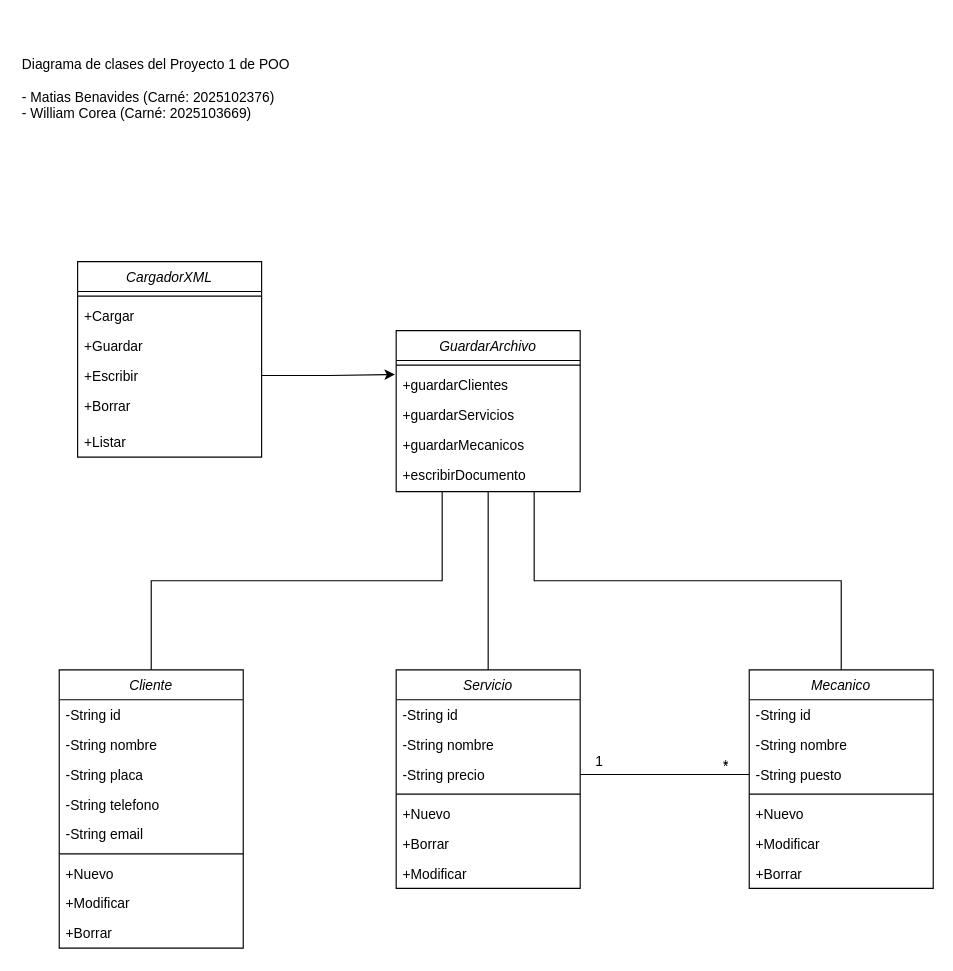
Before: II SEMESTRE/POO/Proyecto1/diagramas/Diagrama de Clases.drawio in MatiasBS027/TEC, a draw.io diagram. Source tidied: cells renumbered, new cells numbered last; positions are measured from the earlier drawing's top-left corner, leaving out a move shared by most shapes. Both pictures are drawn from the tidied source at 115%, with x=0, y=0 at pixel (20, 20).
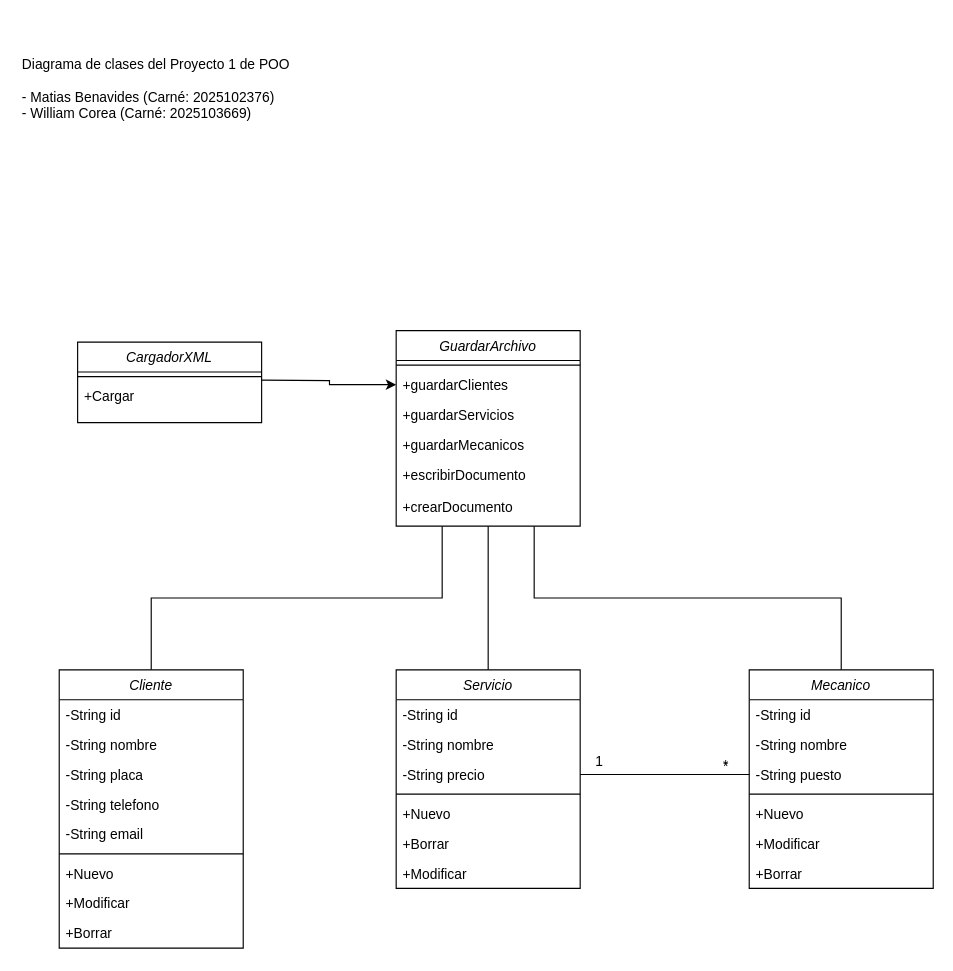
The same page after the edit.

The change refers to these unchanged cells:
```xml
<mxCell id="38" value="+guardarClientes" style="text;align=left;verticalAlign=top;spacingLeft=4;spacingRight=4;overflow=hidden;points=[[0,0.5],[1,0.5]];portConstraint=eastwest;" parent="36" vertex="1">
  <mxGeometry y="34" width="160" height="26" as="geometry" />
</mxCell>
```

The edit, as a diff of the source:
```diff
@@
     <mxCell id="29" value="CargadorXML" style="swimlane;fontStyle=2;align=center;verticalAlign=top;horizontal=1;startSize=26;rounded=0;shadow=0;strokeWidth=1;" parent="1" vertex="1">
-      <mxGeometry x="50" y="210" width="160" height="170" as="geometry" />
+      <mxGeometry x="50" y="280" width="160" height="70" as="geometry" />
     </mxCell>
@@
-    <mxCell id="31" value="+Cargar" style="text;align=left;verticalAlign=top;spacingLeft=4;spacingRight=4;overflow=hidden;" parent="29" vertex="1">
-      <mxGeometry y="34" width="160" height="26" as="geometry" />
-    </mxCell>
-    <mxCell id="32" value="+Guardar" style="text;align=left;verticalAlign=top;spacingLeft=4;spacingRight=4;overflow=hidden;" parent="29" vertex="1">
-      <mxGeometry y="60" width="160" height="26" as="geometry" />
+    <mxCell id="32" value="+Cargar&#10;" style="text;align=left;verticalAlign=top;spacingLeft=4;spacingRight=4;overflow=hidden;" parent="29" vertex="1">
+      <mxGeometry y="34" width="160" height="26" as="geometry" />
     </mxCell>
-    <mxCell id="33" value="+Escribir" style="text;align=left;verticalAlign=top;spacingLeft=4;spacingRight=4;overflow=hidden;points=[[0,0.5],[1,0.5]];portConstraint=eastwest;" parent="29" vertex="1">
-      <mxGeometry y="86" width="160" height="26" as="geometry" />
-    </mxCell>
-    <mxCell id="34" value="+Borrar" style="text;align=left;verticalAlign=top;spacingLeft=4;spacingRight=4;overflow=hidden;" parent="29" vertex="1">
-      <mxGeometry y="112" width="160" height="32" as="geometry" />
-    </mxCell>
-    <mxCell id="35" value="+Listar" style="text;align=left;verticalAlign=top;spacingLeft=4;spacingRight=4;overflow=hidden;" parent="29" vertex="1">
-      <mxGeometry y="144" width="160" height="26" as="geometry" />
-    </mxCell>
     <mxCell id="36" value="GuardarArchivo" style="swimlane;fontStyle=2;align=center;verticalAlign=top;horizontal=1;startSize=26;rounded=0;shadow=0;strokeWidth=1;" parent="1" vertex="1">
-      <mxGeometry x="327" y="270" width="160" height="140" as="geometry" />
+      <mxGeometry x="327" y="270" width="160" height="170" as="geometry" />
     </mxCell>
@@
+    <mxCell id="49" value="+crearDocumento" style="text;align=left;verticalAlign=top;spacingLeft=4;spacingRight=4;overflow=hidden;" parent="36" vertex="1">
+      <mxGeometry y="140" width="160" height="30" as="geometry" />
+    </mxCell>
@@
-    <mxCell id="48" style="edgeStyle=orthogonalEdgeStyle;rounded=0;jettySize=auto;html=1;entryX=-0.007;entryY=0.16;entryDx=0;entryDy=0;entryPerimeter=0;" parent="1" edge="1" source="33" target="38">
-      <mxGeometry relative="1" as="geometry" />
-    </mxCell>
+    <mxCell id="50" style="edgeStyle=orthogonalEdgeStyle;rounded=0;jettySize=auto;html=1;" parent="1" edge="1" target="38">
+      <mxGeometry relative="1" as="geometry">
+        <mxPoint x="210" y="313" as="sourcePoint" />
+      </mxGeometry>
+    </mxCell>
```
